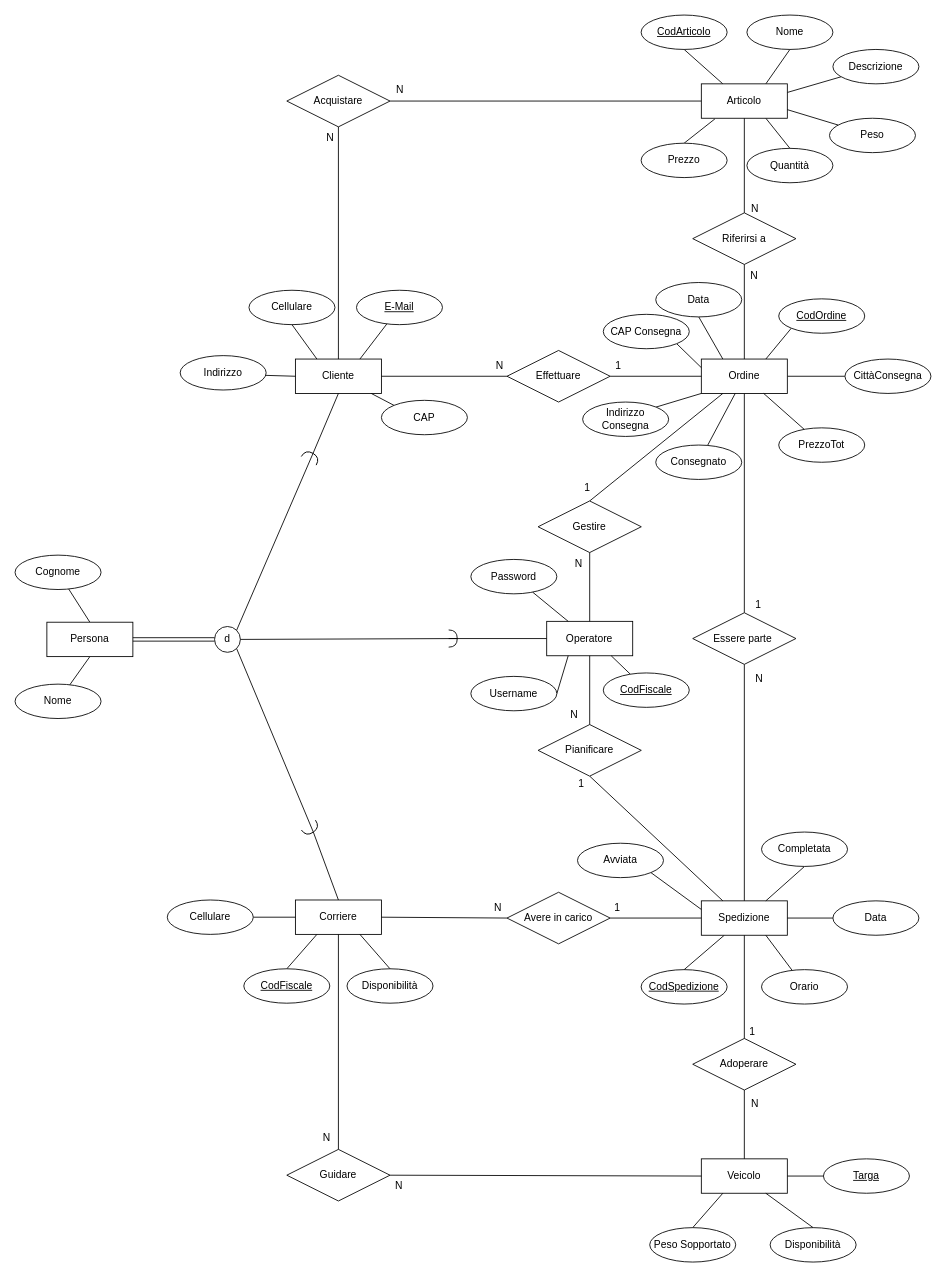
Before: Basi di dati/Schema_ER.drawio in Gianluca-F/OOBD_Project, a draw.io diagram. Source tidied: cells renumbered, new cells numbered last; positions are measured from the earlier drawing's top-left corner, leaving out a move shared by most shapes. Both pictures are drawn from the tidied source at 86%, with x=0, y=0 at pixel (15, 15).
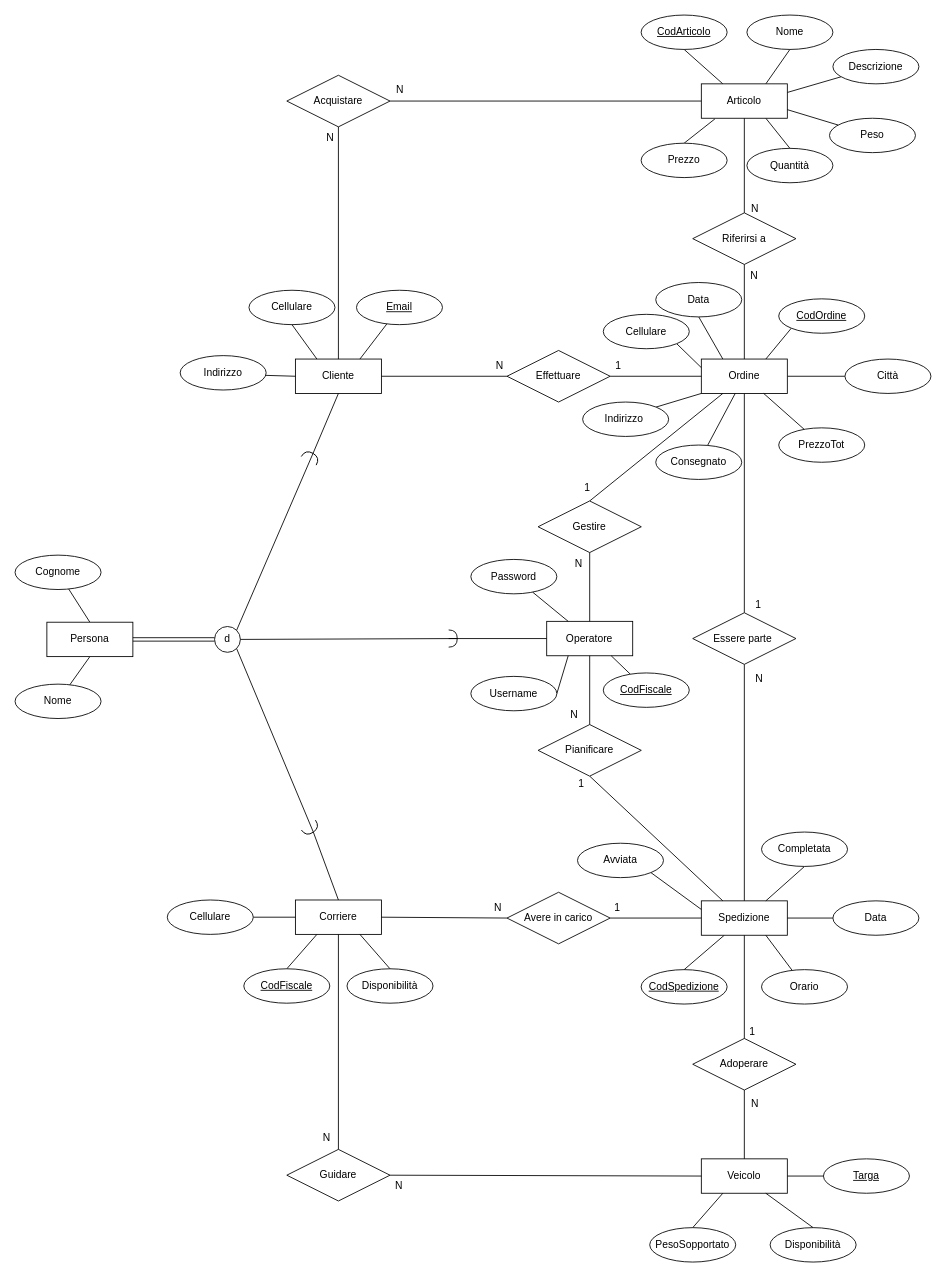
Above is the later version.

Unchanged cells that the change refers to:
```xml
<mxCell id="70" value="Cliente" style="whiteSpace=wrap;html=1;align=center;" parent="1" vertex="1">
  <mxGeometry x="326" y="400" width="100" height="40" as="geometry" />
</mxCell>
```

What changed in the source:
```diff
@@
-    <mxCell id="22" value="CittàConsegna" style="ellipse;whiteSpace=wrap;html=1;align=center;" parent="1" vertex="1">
+    <mxCell id="22" value="Città" style="ellipse;whiteSpace=wrap;html=1;align=center;" parent="1" vertex="1">
       <mxGeometry x="965" y="400" width="100" height="40" as="geometry" />
     </mxCell>
-    <mxCell id="23" value="Indirizzo Consegna" style="ellipse;whiteSpace=wrap;html=1;align=center;" parent="1" vertex="1">
+    <mxCell id="23" value="Indirizzo&amp;nbsp;" style="ellipse;whiteSpace=wrap;html=1;align=center;" parent="1" vertex="1">
       <mxGeometry x="660" y="450" width="100" height="40" as="geometry" />
     </mxCell>
@@
-    <mxCell id="41" value="Peso Sopportato" style="ellipse;whiteSpace=wrap;html=1;align=center;" parent="1" vertex="1">
+    <mxCell id="41" value="PesoSopportato" style="ellipse;whiteSpace=wrap;html=1;align=center;" parent="1" vertex="1">
       <mxGeometry x="738" y="1410" width="100" height="40" as="geometry" />
     </mxCell>
@@
-    <mxCell id="72" value="E-Mail" style="ellipse;whiteSpace=wrap;html=1;align=center;fontStyle=4;" parent="1" vertex="1">
+    <mxCell id="72" value="Email" style="ellipse;whiteSpace=wrap;html=1;align=center;fontStyle=4;" parent="1" vertex="1">
       <mxGeometry x="397" y="320" width="100" height="40" as="geometry" />
     </mxCell>
@@
-    <mxCell id="130" value="CAP Consegna" style="ellipse;whiteSpace=wrap;html=1;align=center;" parent="1" vertex="1">
+    <mxCell id="130" value="Cellulare" style="ellipse;whiteSpace=wrap;html=1;align=center;" parent="1" vertex="1">
       <mxGeometry x="684" y="348" width="100" height="40" as="geometry" />
     </mxCell>
-    <mxCell id="131" style="rounded=0;jettySize=auto;html=1;exitX=0;exitY=0;exitDx=0;exitDy=0;endArrow=none;endFill=0;" parent="1" edge="1" source="132" target="70">
-      <mxGeometry relative="1" as="geometry" />
-    </mxCell>
-    <mxCell id="132" value="CAP" style="ellipse;whiteSpace=wrap;html=1;align=center;" parent="1" vertex="1">
-      <mxGeometry x="426" y="448" width="100" height="40" as="geometry" />
-    </mxCell>
```
